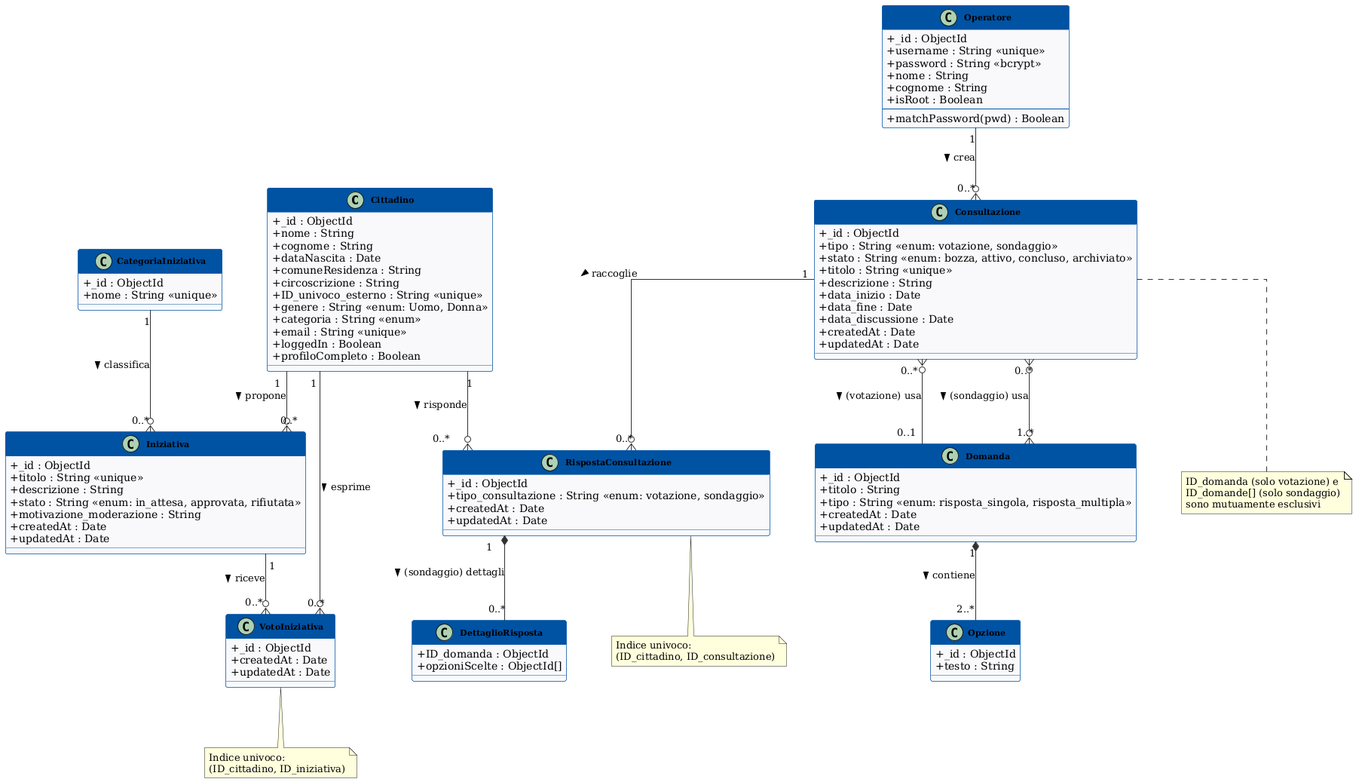
The PlantUML diagram deliverable_3/diagrams/ClassDiagramComplessivo.png in ErnestoBeltrami/Ingegneria_Software, before a commit. The source it was exported from:
```plantuml
@startuml ClassDiagramComplessivo

skinparam classAttributeIconSize 0
skinparam classFontStyle bold
skinparam classFontSize 11
skinparam classBackgroundColor #F8F9FA
skinparam classBorderColor #0052A3
skinparam classHeaderBackgroundColor #0052A3
skinparam classHeaderFontColor #FFFFFF
skinparam arrowColor #333333
skinparam linetype ortho
skinparam nodesep 60
skinparam ranksep 80

class Cittadino {
  + _id : ObjectId
  + nome : String
  + cognome : String
  + dataNascita : Date
  + comuneResidenza : String
  + circoscrizione : String
  + ID_univoco_esterno : String <<unique>>
  + genere : String <<enum: Uomo, Donna>>
  + categoria : String <<enum>>
  + email : String <<unique>>
  + loggedIn : Boolean
  + profiloCompleto : Boolean
}

class Operatore {
  + _id : ObjectId
  + username : String <<unique>>
  + password : String <<bcrypt>>
  + nome : String
  + cognome : String
  + isRoot : Boolean
  --
  + matchPassword(pwd) : Boolean
}

class CategoriaIniziativa {
  + _id : ObjectId
  + nome : String <<unique>>
}

class Iniziativa {
  + _id : ObjectId
  + titolo : String <<unique>>
  + descrizione : String
  + stato : String <<enum: in_attesa, approvata, rifiutata>>
  + motivazione_moderazione : String
  + createdAt : Date
  + updatedAt : Date
}

class VotoIniziativa {
  + _id : ObjectId
  + createdAt : Date
  + updatedAt : Date
}

class Consultazione {
  + _id : ObjectId
  + tipo : String <<enum: votazione, sondaggio>>
  + stato : String <<enum: bozza, attivo, concluso, archiviato>>
  + titolo : String <<unique>>
  + descrizione : String
  + data_inizio : Date
  + data_fine : Date
  + data_discussione : Date
  + createdAt : Date
  + updatedAt : Date
}

class Domanda {
  + _id : ObjectId
  + titolo : String
  + tipo : String <<enum: risposta_singola, risposta_multipla>>
  + createdAt : Date
  + updatedAt : Date
}

class Opzione {
  + _id : ObjectId
  + testo : String
}

class RispostaConsultazione {
  + _id : ObjectId
  + tipo_consultazione : String <<enum: votazione, sondaggio>>
  + createdAt : Date
  + updatedAt : Date
}

class DettaglioRisposta {
  + ID_domanda : ObjectId
  + opzioniScelte : ObjectId[]
}


Cittadino "1" --o{ "0..*" Iniziativa : propone >
Cittadino "1" --o{ "0..*" VotoIniziativa : esprime >
Cittadino "1" --o{ "0..*" RispostaConsultazione : risponde >

Operatore "1" --o{ "0..*" Consultazione : crea >

CategoriaIniziativa "1" --o{ "0..*" Iniziativa : classifica >

Iniziativa "1" --o{ "0..*" VotoIniziativa : riceve >

Consultazione "1" --o{ "0..*" RispostaConsultazione : raccoglie >
Consultazione "0..*" }o-- "0..1" Domanda : (votazione) usa >
Consultazione "0..*" }o--o{ "1..*" Domanda : (sondaggio) usa >

Domanda "1" *-- "2..*" Opzione : contiene >

RispostaConsultazione "1" *-- "0..*" DettaglioRisposta : (sondaggio) dettagli >

note bottom of Consultazione
  ID_domanda (solo votazione) e
  ID_domande[] (solo sondaggio)
  sono mutuamente esclusivi
end note

note bottom of VotoIniziativa
  Indice univoco:
  (ID_cittadino, ID_iniziativa)
end note

note bottom of RispostaConsultazione
  Indice univoco:
  (ID_cittadino, ID_consultazione)
end note

@enduml
```
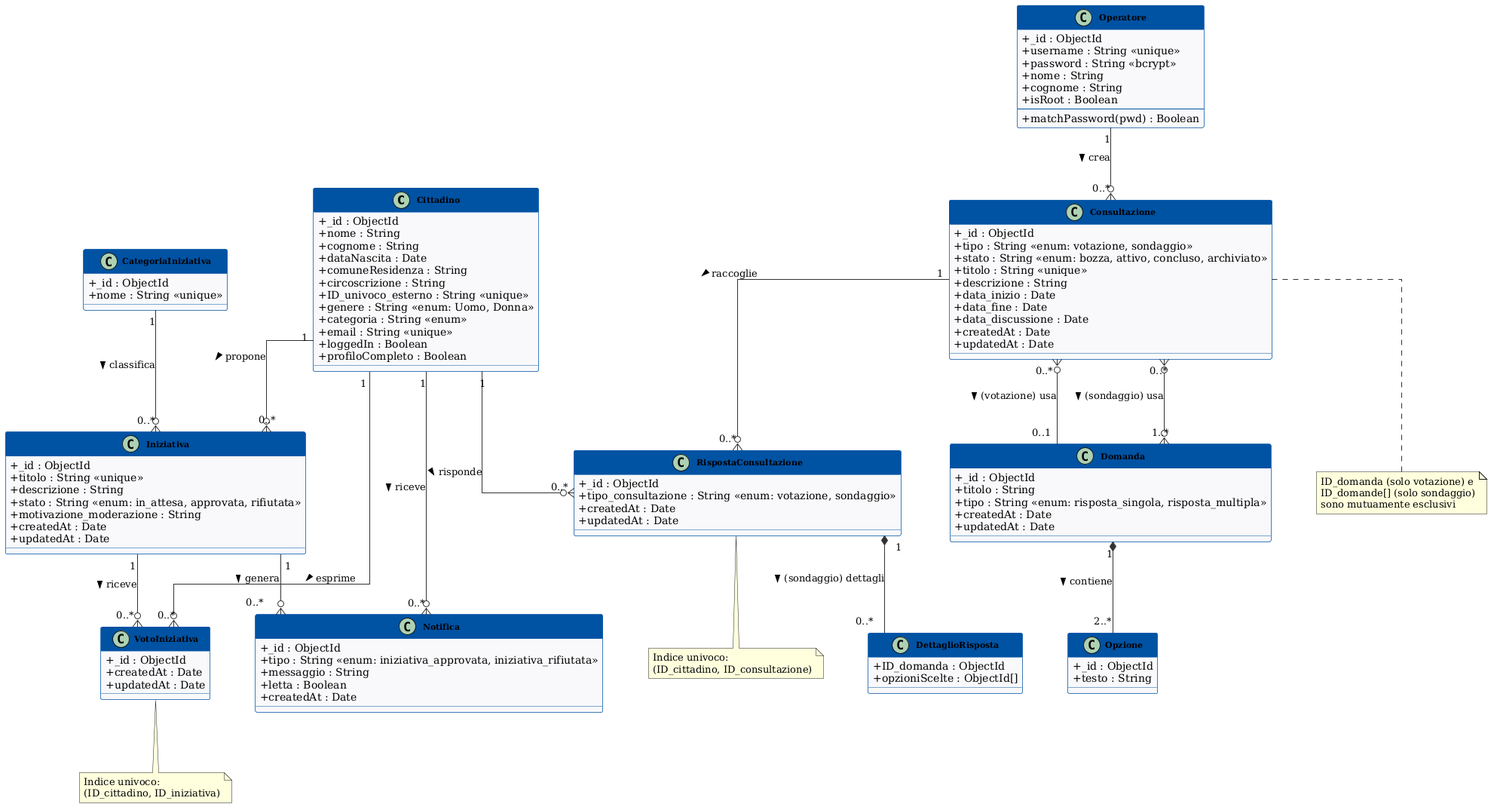
Above is the later version.

Commit message:
docs(D3): aggiungi CMP8 notifiche, classe Notifica e route /notifiche

The edit, as a diff of the source:
```diff
@@ -97,6 +97,14 @@
   + opzioniScelte : ObjectId[]
 }
 
+class Notifica {
+  + _id : ObjectId
+  + tipo : String <<enum: iniziativa_approvata, iniziativa_rifiutata>>
+  + messaggio : String
+  + letta : Boolean
+  + createdAt : Date
+}
+
 
 Cittadino "1" --o{ "0..*" Iniziativa : propone >
 Cittadino "1" --o{ "0..*" VotoIniziativa : esprime >
@@ -132,4 +140,7 @@
   (ID_cittadino, ID_consultazione)
 end note
 
+Cittadino "1" --o{ "0..*" Notifica : riceve >
+Iniziativa "1" --o{ "0..*" Notifica : genera >
+
 @enduml
```
